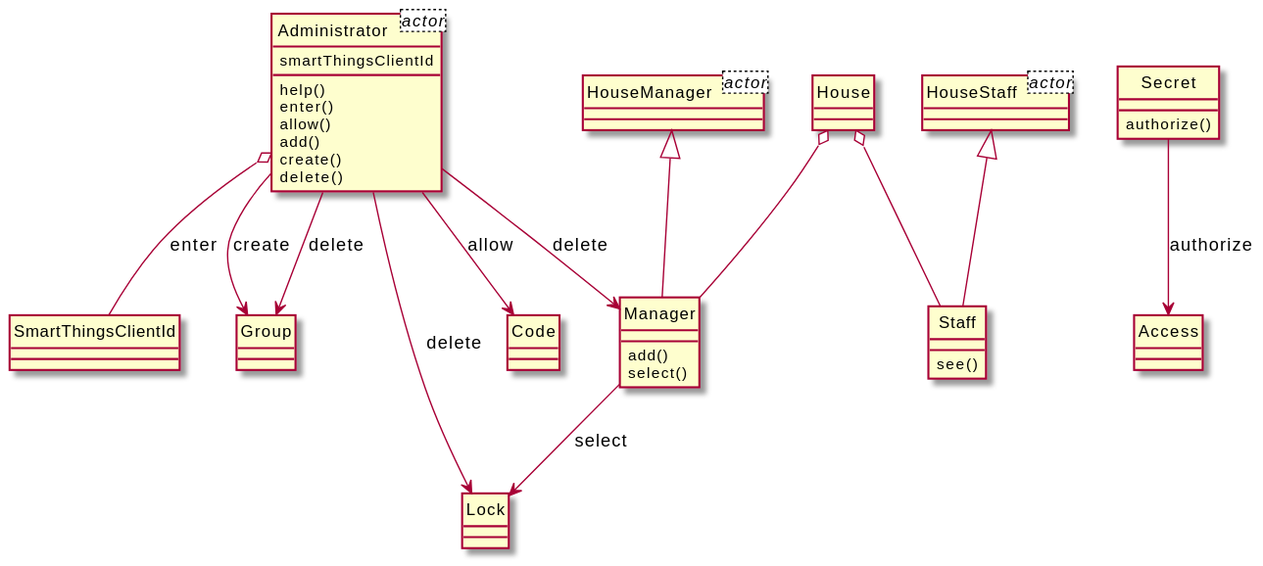
Before: output/diagram_5/2017-USC-Project05.svg, a diagram exported from PlantUML (xixixhalu/DomainModelExtractor).
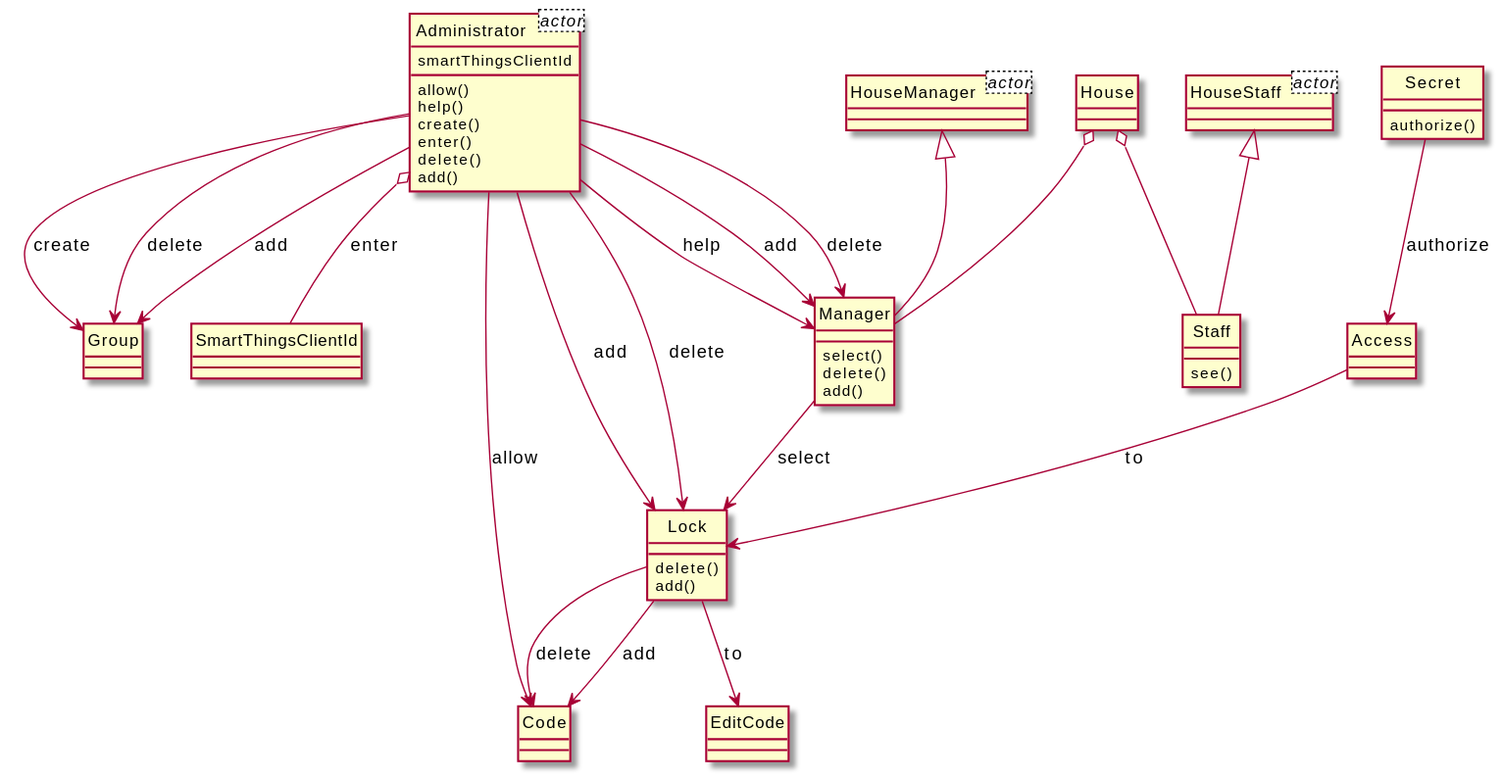
Above is the later version.

What changed in the source:
```diff
@@ -13,44 +13,57 @@
 	see()
 }
 class Administrator {
+	allow()
 	help()
+	create()
 	enter()
-	allow()
+	delete()
 	add()
-	create()
+}
+class Code {
+}
+class Lock {
 	delete()
+	add()
+}
+class Manager {
+	select()
+	delete()
+	add()
+}
+class Group {
+}
+class SmartThingsClientId {
 }
 class Secret {
 	authorize()
 }
 class Access {
 }
-class Manager {
-	add()
-	select()
+class HouseManager {
 }
-class Lock {
-}
-class Code {
-}
-class Group {
-}
-class SmartThingsClientId {
-}
-class HouseManager {
+class EditCode {
 }
 class HouseStaff {
 }
+Administrator --> Code : allow
+Lock --> Code : add
+Administrator --> Manager : add
+Administrator --> Group : create
+Administrator --> Manager : delete
+Lock --> Code : delete
+Administrator --> Lock : add
+Administrator --> Manager : help
 Administrator --> Group : delete
+HouseManager <|-- Manager
 Administrator --> Lock : delete
-Administrator --> Manager : delete
 Secret --> Access : authorize
+Manager --> Lock : select
+House o-- Staff
+House o-- Manager
+Lock --> EditCode : to
+Access --> Lock : to
+HouseStaff <|-- Staff
+Administrator --> Group : add
 Administrator o-- SmartThingsClientId : enter
-Administrator --> Code : allow
-HouseManager <|-- Manager
-House o-- Staff
-Administrator --> Group : create
-HouseStaff <|-- Staff
-Manager --> Lock : select
-House o-- Manager
 @enduml
```
